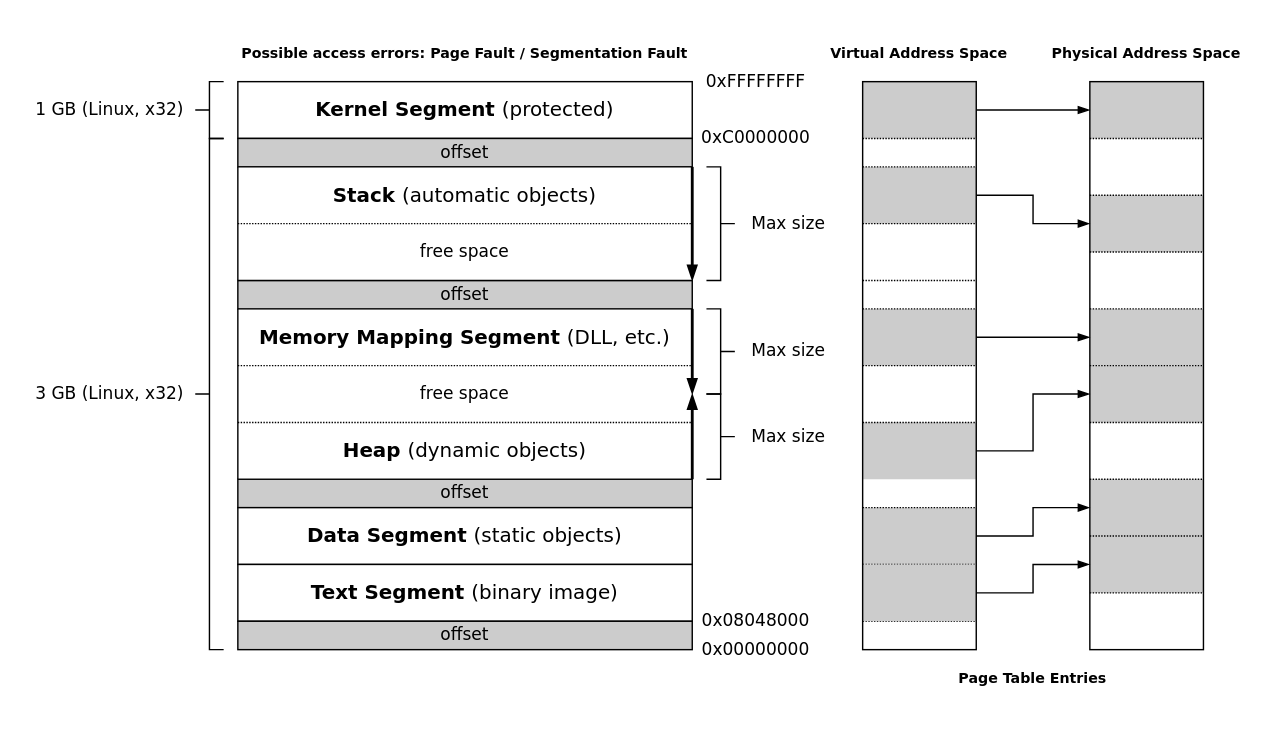
Earlier version of the draw.io diagram projects/examples/source/section_10/process_memory.drawio (i-s-m-mipt/Education). Source tidied: cells renumbered, new cells numbered last; positions are measured from the earlier drawing's top-left corner, leaving out a move shared by most shapes. Both pictures are drawn from the tidied source at 142%, with x=0, y=0 at pixel (24, 24).
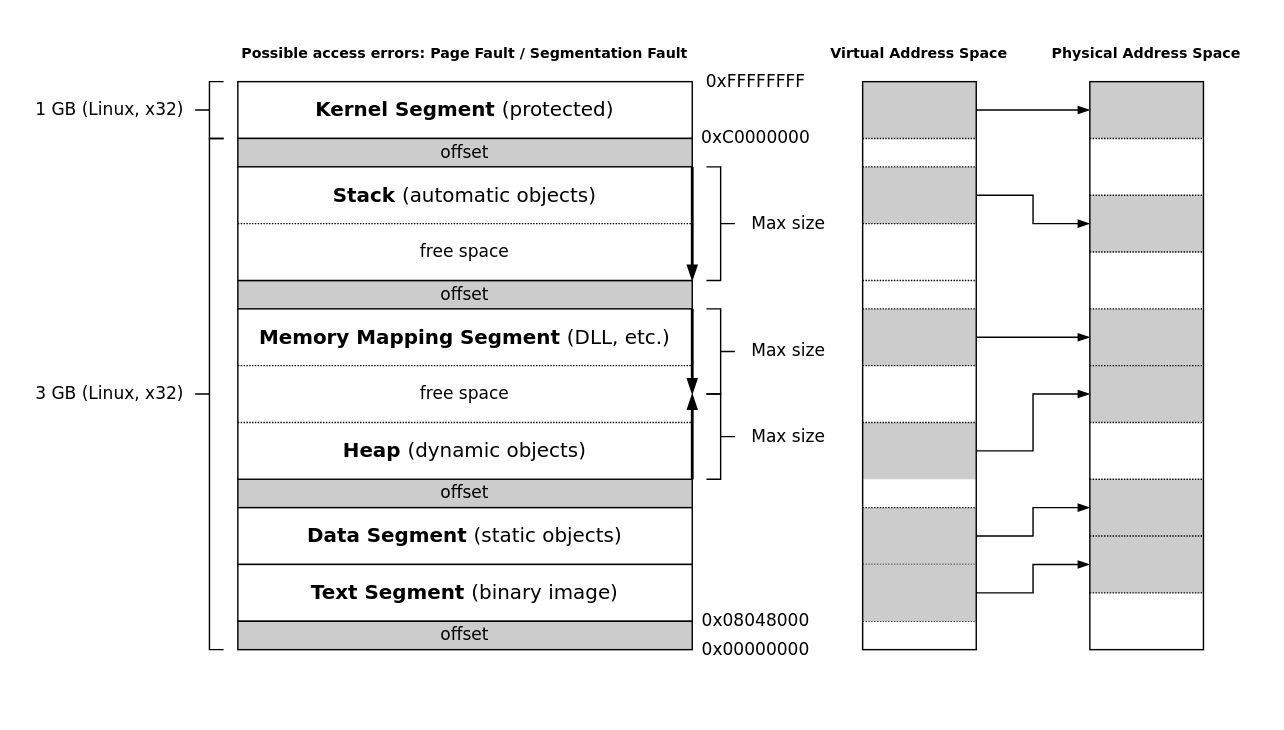
Above is the later version.

Commit message (it also covers changes not shown here):
Доработан пример process_memory.

Diff of the diagram source:
```diff
@@
-    <mxCell id="76" value="&lt;font style=&quot;font-size: 10px;&quot; face=&quot;Verdana&quot;&gt;&lt;b&gt;Page Table Entries&lt;/b&gt;&lt;/font&gt;" style="text;html=1;strokeColor=none;fillColor=none;align=center;verticalAlign=middle;whiteSpace=wrap;rounded=0;" parent="1" vertex="1">
-      <mxGeometry x="630" y="440" width="160" height="40" as="geometry" />
-    </mxCell>
```
